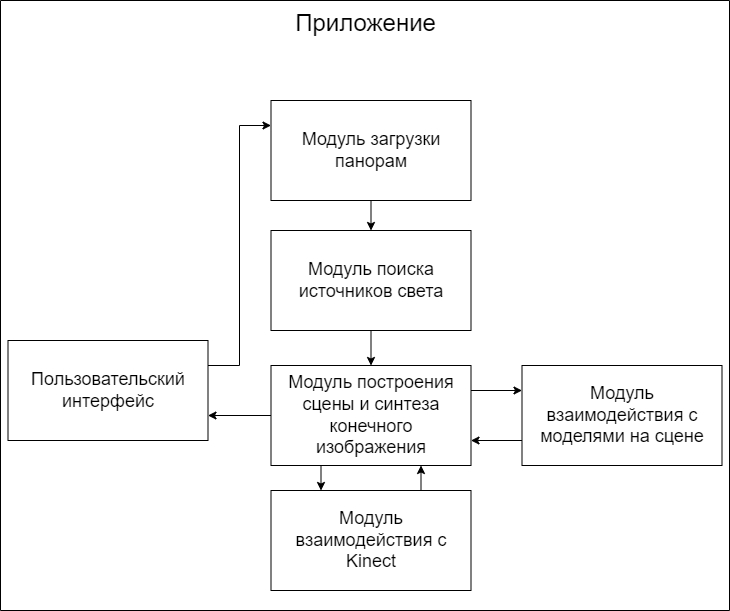
This is docs/diploma/presentation/imgs/SoftwareStructure.drawio.png from Yokud/bmstu_bachelors_diploma, a draw.io export, as it was before one commit. Source tidied: cells renumbered, new cells last; positions are measured from the earlier drawing's top-left corner, leaving out a move shared by most shapes.
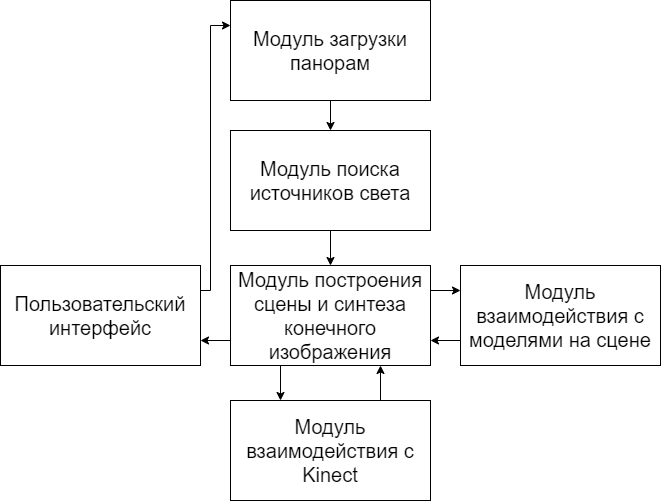
Later version of the same file.

What changed in the source:
```diff
@@ -2,53 +2,52 @@
   <root>
     <mxCell id="0" />
     <mxCell id="1" parent="0" />
-    <mxCell id="2" style="swimlane;startSize=0;fontSize=16;" parent="1" vertex="1">
-      <mxGeometry width="729" height="610" as="geometry" />
-    </mxCell>
-    <mxCell id="3" value="&lt;font style=&quot;font-size: 24px;&quot;&gt;Приложение&lt;/font&gt;" style="text;html=1;align=center;verticalAlign=middle;strokeColor=none;fillColor=none;fontSize=18;" parent="2" vertex="1">
-      <mxGeometry x="285" y="3" width="160" height="40" as="geometry" />
-    </mxCell>
-    <mxCell id="4" style="edgeStyle=orthogonalEdgeStyle;rounded=0;jettySize=auto;html=1;exitX=0.5;exitY=1;exitDx=0;exitDy=0;entryX=0.5;entryY=0;entryDx=0;entryDy=0;" parent="2" edge="1" source="5" target="8">
+    <mxCell id="4" style="edgeStyle=orthogonalEdgeStyle;rounded=0;jettySize=auto;html=1;exitX=0.5;exitY=1;exitDx=0;exitDy=0;entryX=0.5;entryY=0;entryDx=0;entryDy=0;" parent="1" edge="1" source="5" target="8">
       <mxGeometry relative="1" as="geometry" />
     </mxCell>
-    <mxCell id="5" value="&lt;font style=&quot;font-size: 18px;&quot;&gt;Модуль поиска источников света&lt;/font&gt;" style="rounded=0;whiteSpace=wrap;html=1;" parent="2" vertex="1">
-      <mxGeometry x="270.5" y="230" width="200" height="100" as="geometry" />
+    <mxCell id="5" value="&lt;font style=&quot;font-size: 20px;&quot;&gt;Модуль поиска источников света&lt;/font&gt;" style="rounded=0;whiteSpace=wrap;html=1;fontSize=20;" parent="1" vertex="1">
+      <mxGeometry x="271" y="30" width="200" height="100" as="geometry" />
     </mxCell>
-    <mxCell id="6" style="edgeStyle=orthogonalEdgeStyle;rounded=0;jettySize=auto;html=1;exitX=1;exitY=0.25;exitDx=0;exitDy=0;entryX=0;entryY=0.25;entryDx=0;entryDy=0;" parent="2" edge="1" source="8" target="10">
+    <mxCell id="6" style="edgeStyle=orthogonalEdgeStyle;rounded=0;jettySize=auto;html=1;exitX=1;exitY=0.25;exitDx=0;exitDy=0;entryX=0;entryY=0.25;entryDx=0;entryDy=0;" parent="1" edge="1" source="8" target="10">
       <mxGeometry relative="1" as="geometry" />
     </mxCell>
-    <mxCell id="7" style="edgeStyle=orthogonalEdgeStyle;rounded=0;jettySize=auto;html=1;exitX=0.25;exitY=1;exitDx=0;exitDy=0;entryX=0.25;entryY=0;entryDx=0;entryDy=0;" parent="2" edge="1" source="8" target="14">
+    <mxCell id="7" style="edgeStyle=orthogonalEdgeStyle;rounded=0;jettySize=auto;html=1;exitX=0.25;exitY=1;exitDx=0;exitDy=0;entryX=0.25;entryY=0;entryDx=0;entryDy=0;" parent="1" edge="1" source="8" target="14">
       <mxGeometry relative="1" as="geometry" />
     </mxCell>
-    <mxCell id="8" value="&lt;font style=&quot;font-size: 18px;&quot;&gt;Модуль построения сцены и синтеза конечного изображения&lt;/font&gt;" style="rounded=0;whiteSpace=wrap;html=1;" parent="2" vertex="1">
-      <mxGeometry x="270.5" y="365" width="200" height="100" as="geometry" />
+    <mxCell id="8" value="&lt;font style=&quot;font-size: 20px;&quot;&gt;Модуль построения сцены и синтеза конечного изображения&lt;/font&gt;" style="rounded=0;whiteSpace=wrap;html=1;fontSize=20;" parent="1" vertex="1">
+      <mxGeometry x="271" y="165" width="200" height="100" as="geometry" />
     </mxCell>
-    <mxCell id="9" style="edgeStyle=orthogonalEdgeStyle;rounded=0;jettySize=auto;html=1;exitX=0;exitY=0.75;exitDx=0;exitDy=0;entryX=1;entryY=0.75;entryDx=0;entryDy=0;" parent="2" edge="1" source="10" target="8">
+    <mxCell id="9" style="edgeStyle=orthogonalEdgeStyle;rounded=0;jettySize=auto;html=1;exitX=0;exitY=0.75;exitDx=0;exitDy=0;entryX=1;entryY=0.75;entryDx=0;entryDy=0;" parent="1" edge="1" source="10" target="8">
       <mxGeometry relative="1" as="geometry" />
     </mxCell>
-    <mxCell id="10" value="&lt;font style=&quot;font-size: 18px;&quot;&gt;Модуль взаимодействия с моделями на сцене&lt;br&gt;&lt;/font&gt;" style="rounded=0;whiteSpace=wrap;html=1;" parent="2" vertex="1">
-      <mxGeometry x="521.5" y="365" width="200" height="100" as="geometry" />
+    <mxCell id="10" value="&lt;font style=&quot;font-size: 20px;&quot;&gt;Модуль взаимодействия с моделями на сцене&lt;br style=&quot;font-size: 20px;&quot;&gt;&lt;/font&gt;" style="rounded=0;whiteSpace=wrap;html=1;fontSize=20;" parent="1" vertex="1">
+      <mxGeometry x="501" y="165" width="200" height="100" as="geometry" />
     </mxCell>
-    <mxCell id="11" style="edgeStyle=orthogonalEdgeStyle;rounded=0;jettySize=auto;html=1;exitX=0.5;exitY=1;exitDx=0;exitDy=0;entryX=0.5;entryY=0;entryDx=0;entryDy=0;" parent="2" edge="1" source="12" target="5">
+    <mxCell id="11" style="edgeStyle=orthogonalEdgeStyle;rounded=0;jettySize=auto;html=1;exitX=0.5;exitY=1;exitDx=0;exitDy=0;entryX=0.5;entryY=0;entryDx=0;entryDy=0;" parent="1" edge="1" source="12" target="5">
       <mxGeometry relative="1" as="geometry" />
     </mxCell>
-    <mxCell id="12" value="&lt;font style=&quot;font-size: 18px;&quot;&gt;Модуль загрузки панорам&lt;br&gt;&lt;/font&gt;" style="rounded=0;whiteSpace=wrap;html=1;" parent="2" vertex="1">
-      <mxGeometry x="270.5" y="100" width="200" height="100" as="geometry" />
+    <mxCell id="12" value="&lt;font style=&quot;font-size: 20px;&quot;&gt;Модуль загрузки панорам&lt;br style=&quot;font-size: 20px;&quot;&gt;&lt;/font&gt;" style="rounded=0;whiteSpace=wrap;html=1;fontSize=20;" parent="1" vertex="1">
+      <mxGeometry x="271" y="-100" width="200" height="100" as="geometry" />
     </mxCell>
-    <mxCell id="13" style="edgeStyle=orthogonalEdgeStyle;rounded=0;jettySize=auto;html=1;exitX=0.75;exitY=0;exitDx=0;exitDy=0;entryX=0.75;entryY=1;entryDx=0;entryDy=0;" parent="2" edge="1" source="14" target="8">
+    <mxCell id="13" style="edgeStyle=orthogonalEdgeStyle;rounded=0;jettySize=auto;html=1;exitX=0.75;exitY=0;exitDx=0;exitDy=0;entryX=0.75;entryY=1;entryDx=0;entryDy=0;" parent="1" edge="1" source="14" target="8">
       <mxGeometry relative="1" as="geometry" />
     </mxCell>
-    <mxCell id="14" value="&lt;font style=&quot;font-size: 18px;&quot;&gt;Модуль взаимодействия с Kinect&lt;br&gt;&lt;/font&gt;" style="rounded=0;whiteSpace=wrap;html=1;" parent="2" vertex="1">
-      <mxGeometry x="270.5" y="490" width="200" height="100" as="geometry" />
+    <mxCell id="14" value="&lt;font style=&quot;font-size: 20px;&quot;&gt;Модуль взаимодействия с Kinect&lt;br style=&quot;font-size: 20px;&quot;&gt;&lt;/font&gt;" style="rounded=0;whiteSpace=wrap;html=1;fontSize=20;" parent="1" vertex="1">
+      <mxGeometry x="271" y="300" width="200" height="100" as="geometry" />
     </mxCell>
-    <mxCell id="15" value="&lt;font style=&quot;font-size: 18px;&quot;&gt;Пользовательский интерфейс&lt;/font&gt;" style="rounded=0;whiteSpace=wrap;html=1;" parent="2" vertex="1">
-      <mxGeometry x="7.5" y="340" width="200" height="100" as="geometry" />
+    <mxCell id="15" value="&lt;font style=&quot;font-size: 20px;&quot;&gt;Пользовательский интерфейс&lt;/font&gt;" style="rounded=0;whiteSpace=wrap;html=1;fontSize=20;" parent="1" vertex="1">
+      <mxGeometry x="41" y="165" width="200" height="100" as="geometry" />
     </mxCell>
-    <mxCell id="16" style="edgeStyle=orthogonalEdgeStyle;rounded=0;jettySize=auto;html=1;exitX=0;exitY=0.5;exitDx=0;exitDy=0;entryX=1;entryY=0.75;entryDx=0;entryDy=0;" parent="2" edge="1" source="8" target="15">
+    <mxCell id="16" style="edgeStyle=orthogonalEdgeStyle;rounded=0;jettySize=auto;html=1;exitX=0;exitY=0.75;exitDx=0;exitDy=0;entryX=1;entryY=0.75;entryDx=0;entryDy=0;" parent="1" edge="1" source="8" target="15">
       <mxGeometry relative="1" as="geometry" />
     </mxCell>
-    <mxCell id="17" style="edgeStyle=orthogonalEdgeStyle;rounded=0;jettySize=auto;html=1;exitX=1;exitY=0.25;exitDx=0;exitDy=0;entryX=0;entryY=0.25;entryDx=0;entryDy=0;" parent="2" edge="1" source="15" target="12">
-      <mxGeometry relative="1" as="geometry" />
+    <mxCell id="17" style="edgeStyle=orthogonalEdgeStyle;rounded=0;jettySize=auto;html=1;exitX=1;exitY=0.25;exitDx=0;exitDy=0;entryX=0;entryY=0.25;entryDx=0;entryDy=0;" parent="1" edge="1" source="15" target="12">
+      <mxGeometry relative="1" as="geometry">
+        <Array as="points">
+          <mxPoint x="251" y="190" />
+          <mxPoint x="251" y="-75" />
+        </Array>
+      </mxGeometry>
     </mxCell>
   </root>
 </mxGraphModel>
```
